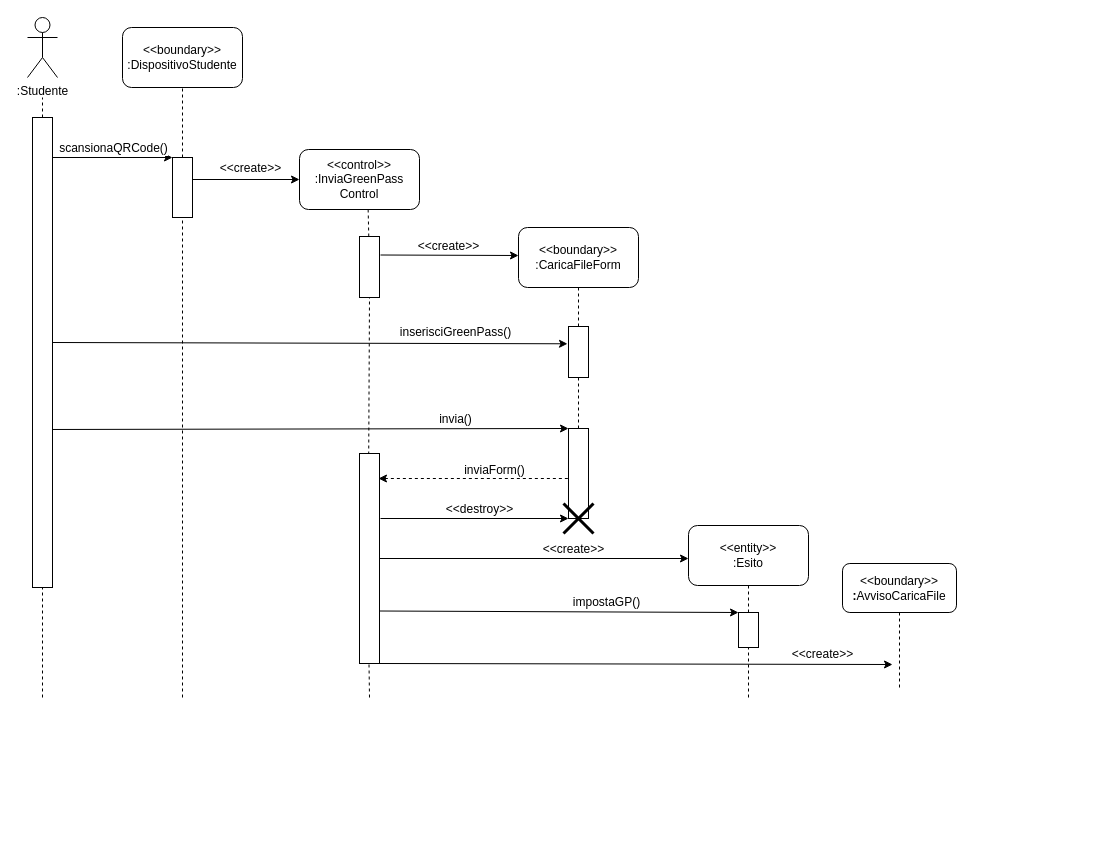
The draw.io diagram Documentazione/Resources/Sequence Diagram/Invio Green Pass/Sequence Diagram SendGreenPass.drawio in Alberto-00/EasyPass, before the edit. Source tidied: cells renumbered, new cells numbered last; positions are measured from the earlier drawing's top-left corner, leaving out a move shared by most shapes. Both pictures are drawn from the tidied source at 100%, with x=0, y=0 at pixel (27, 17).
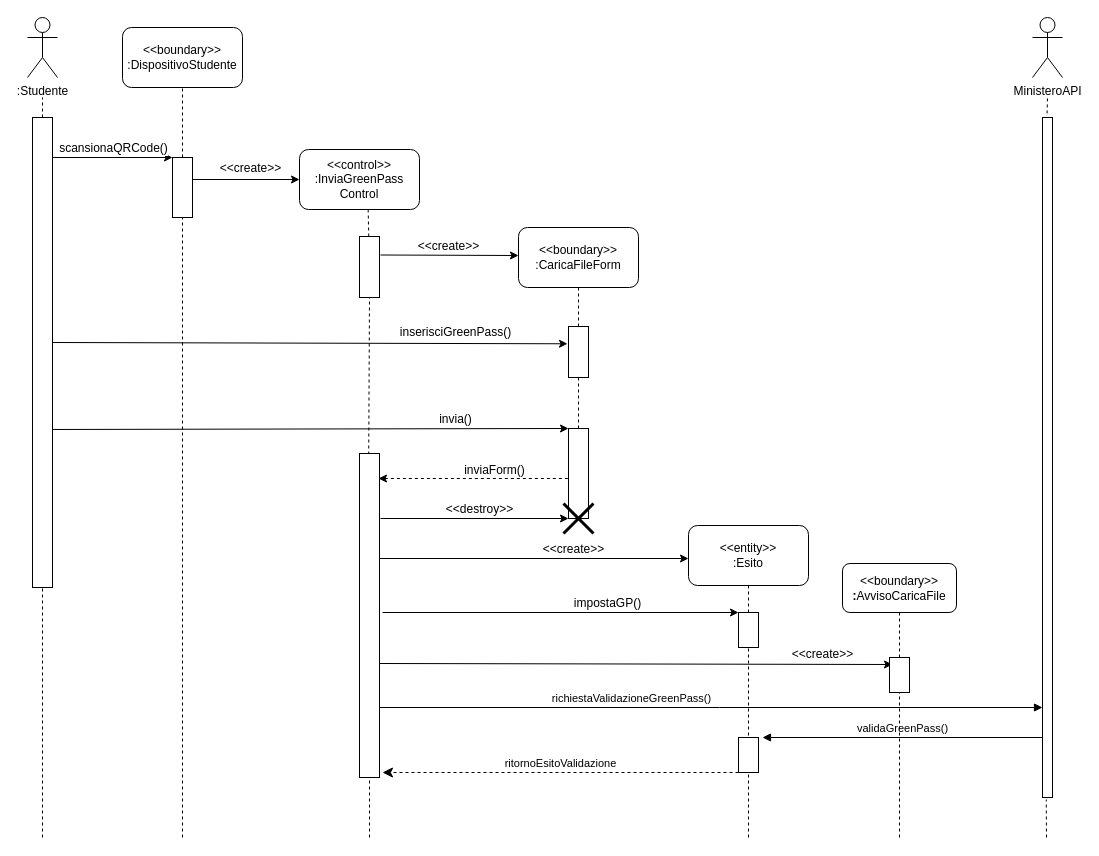
The same page after the edit.

Unchanged cells that the change refers to:
```xml
<mxCell id="4" style="rounded=0;whiteSpace=wrap;html=1;" parent="1" vertex="1">
  <mxGeometry x="145" y="140" width="20" height="60" as="geometry" />
</mxCell>
<mxCell id="37" style="rounded=0;whiteSpace=wrap;html=1;" parent="1" vertex="1">
  <mxGeometry x="5" y="100" width="20" height="470" as="geometry" />
</mxCell>
<mxCell id="42" value="&amp;lt;&amp;lt;boundary&amp;gt;&amp;gt;&lt;br&gt;&lt;font&gt;&lt;span style=&quot;font-size: 12px&quot;&gt;&lt;b&gt;:&lt;/b&gt;AvvisoCarica&lt;/span&gt;&lt;font style=&quot;font-size: 12px&quot;&gt;File&lt;/font&gt;&lt;/font&gt;" style="rounded=1;whiteSpace=wrap;html=1;" parent="1" vertex="1">
  <mxGeometry x="815" y="546" width="114" height="49" as="geometry" />
</mxCell>
<mxCell id="44" style="rounded=0;whiteSpace=wrap;html=1;" parent="1" vertex="1">
  <mxGeometry x="711" y="595" width="20" height="35" as="geometry" />
</mxCell>
```

Diff of the diagram source:
```diff
@@
     <mxCell id="28" style="endArrow=none;dashed=1;html=1;rounded=0;" parent="1" edge="1" target="4">
       <mxGeometry relative="1" as="geometry">
-        <mxPoint x="155" y="680" as="sourcePoint" />
+        <mxPoint x="155" y="820" as="sourcePoint" />
       </mxGeometry>
     </mxCell>
@@
     <mxCell id="31" style="rounded=0;whiteSpace=wrap;html=1;" parent="1" vertex="1">
-      <mxGeometry x="332" y="436" width="20" height="210" as="geometry" />
+      <mxGeometry x="332" y="436" width="20" height="324" as="geometry" />
     </mxCell>
@@
     <mxCell id="38" style="endArrow=none;dashed=1;html=1;rounded=0;" parent="1" edge="1" target="37">
       <mxGeometry relative="1" as="geometry">
-        <mxPoint x="15" y="680" as="sourcePoint" />
+        <mxPoint x="15" y="820" as="sourcePoint" />
       </mxGeometry>
     </mxCell>
-    <mxCell id="39" style="endArrow=none;dashed=1;html=1;rounded=0;startArrow=none;" parent="1" edge="1">
+    <mxCell id="39" style="endArrow=none;dashed=1;html=1;rounded=0;startArrow=none;entryX=0.5;entryY=1;entryDx=0;entryDy=0;" parent="1" edge="1" target="31">
       <mxGeometry relative="1" as="geometry">
-        <mxPoint x="342" y="680" as="sourcePoint" />
-        <mxPoint x="341.5" y="646" as="targetPoint" />
+        <mxPoint x="342" y="820" as="sourcePoint" />
       </mxGeometry>
     </mxCell>
@@
-    <mxCell id="41" style="endArrow=none;dashed=1;html=1;rounded=0;startArrow=none;entryX=0.5;entryY=1;entryDx=0;entryDy=0;" parent="1" edge="1" target="42">
-      <mxGeometry relative="1" as="geometry">
-        <mxPoint x="872" y="670" as="sourcePoint" />
-      </mxGeometry>
+    <mxCell id="41" style="endArrow=none;dashed=1;html=1;rounded=0;startArrow=none;entryX=0.5;entryY=1;entryDx=0;entryDy=0;" parent="1" edge="1" source="56" target="42">
+      <mxGeometry relative="1" as="geometry" />
     </mxCell>
@@
     <mxCell id="45" style="endArrow=none;dashed=1;html=1;rounded=0;startArrow=none;entryX=0.5;entryY=1;entryDx=0;entryDy=0;" parent="1" edge="1" target="44">
       <mxGeometry relative="1" as="geometry">
-        <mxPoint x="721" y="680" as="sourcePoint" />
+        <mxPoint x="721" y="820" as="sourcePoint" />
       </mxGeometry>
     </mxCell>
-    <mxCell id="46" style="endArrow=classic;html=1;rounded=0;exitX=1;exitY=0.75;exitDx=0;exitDy=0;" parent="1" edge="1" source="31">
+    <mxCell id="46" style="endArrow=classic;html=1;rounded=0;" parent="1" edge="1">
       <mxGeometry relative="1" as="geometry">
+        <mxPoint x="355" y="595" as="sourcePoint" />
         <mxPoint x="711" y="595" as="targetPoint" />
       </mxGeometry>
     </mxCell>
@@
+    <mxCell id="48" value="MinisteroAPI" style="shape=umlActor;verticalLabelPosition=bottom;verticalAlign=top;html=1;" parent="1" vertex="1">
+      <mxGeometry x="1005" width="30" height="60" as="geometry" />
+    </mxCell>
+    <mxCell id="49" style="html=1;points=[];perimeter=orthogonalPerimeter;" parent="1" vertex="1">
+      <mxGeometry x="1015" y="100" width="10" height="680" as="geometry" />
+    </mxCell>
+    <mxCell id="50" style="endArrow=none;dashed=1;html=1;rounded=0;exitX=0.458;exitY=-0.006;exitDx=0;exitDy=0;exitPerimeter=0;" parent="1" edge="1" source="49">
+      <mxGeometry relative="1" as="geometry">
+        <mxPoint x="1020" y="80" as="targetPoint" />
+      </mxGeometry>
+    </mxCell>
+    <mxCell id="51" style="endArrow=none;dashed=1;html=1;rounded=0;entryX=0.374;entryY=1.003;entryDx=0;entryDy=0;entryPerimeter=0;" parent="1" edge="1" target="49">
+      <mxGeometry relative="1" as="geometry">
+        <mxPoint x="1019" y="820" as="sourcePoint" />
+      </mxGeometry>
+    </mxCell>
+    <mxCell id="52" value="richiestaValidazioneGreenPass()" style="html=1;verticalAlign=bottom;endArrow=block;rounded=0;edgeStyle=orthogonalEdgeStyle;" parent="1" edge="1">
+      <mxGeometry x="-0.24" relative="1" as="geometry">
+        <mxPoint x="352" y="690" as="sourcePoint" />
+        <mxPoint x="1015" y="690" as="targetPoint" />
+        <Array as="points">
+          <mxPoint x="692" y="690" />
+          <mxPoint x="692" y="690" />
+        </Array>
+      </mxGeometry>
+    </mxCell>
+    <mxCell id="53" value="validaGreenPass()" style="html=1;verticalAlign=bottom;endArrow=block;rounded=0;" parent="1" edge="1">
+      <mxGeometry relative="1" as="geometry">
+        <mxPoint x="1015" y="720" as="sourcePoint" />
+        <mxPoint x="735" y="720" as="targetPoint" />
+      </mxGeometry>
+    </mxCell>
+    <mxCell id="54" style="rounded=0;whiteSpace=wrap;html=1;" parent="1" vertex="1">
+      <mxGeometry x="711" y="720" width="20" height="35" as="geometry" />
+    </mxCell>
+    <mxCell id="55" value="ritornoEsitoValidazione" style="html=1;verticalAlign=bottom;endArrow=classic;dashed=1;endSize=8;rounded=0;endFill=1;" parent="1" edge="1">
+      <mxGeometry relative="1" as="geometry">
+        <mxPoint x="711" y="755" as="sourcePoint" />
+        <mxPoint x="355" y="755" as="targetPoint" />
+      </mxGeometry>
+    </mxCell>
+    <mxCell id="56" style="rounded=0;whiteSpace=wrap;html=1;" parent="1" vertex="1">
+      <mxGeometry x="862" y="640" width="20" height="35" as="geometry" />
+    </mxCell>
+    <mxCell id="57" style="endArrow=none;dashed=1;html=1;rounded=0;startArrow=none;entryX=0.5;entryY=1;entryDx=0;entryDy=0;" parent="1" edge="1" target="56">
+      <mxGeometry relative="1" as="geometry">
+        <mxPoint x="872" y="820" as="sourcePoint" />
+      </mxGeometry>
+    </mxCell>
```
